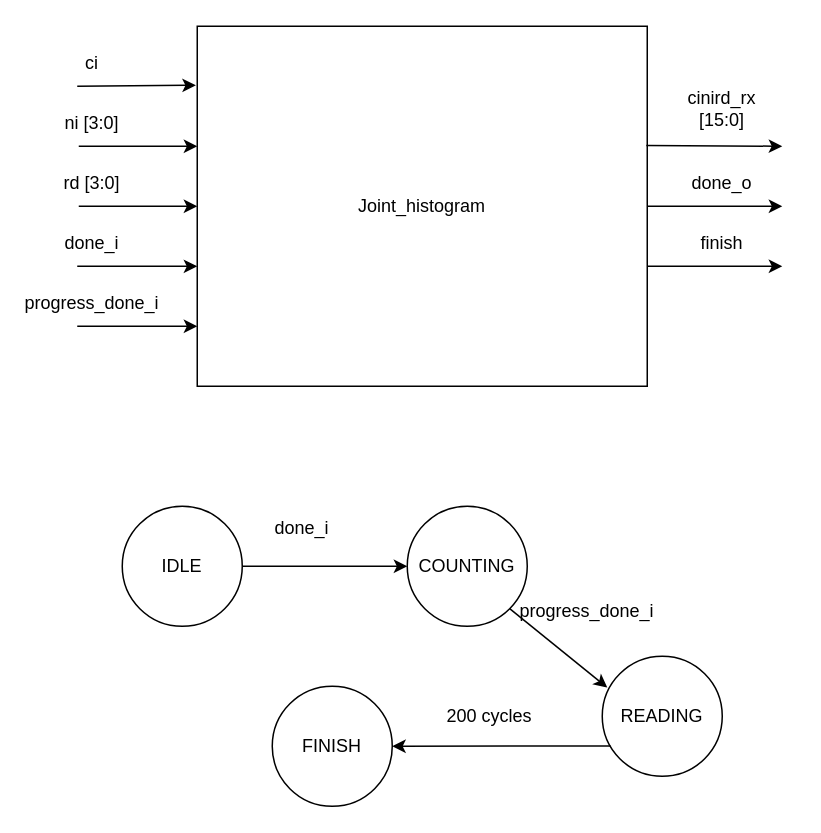
Before: draw/JointHistogram.drawio in Hieuueihm/Thesis, a draw.io diagram. Source tidied: cells renumbered, new cells numbered last; positions are measured from the earlier drawing's top-left corner, leaving out a move shared by most shapes. Both pictures are drawn from the tidied source at 150%, with x=0, y=0 at pixel (46, 26).
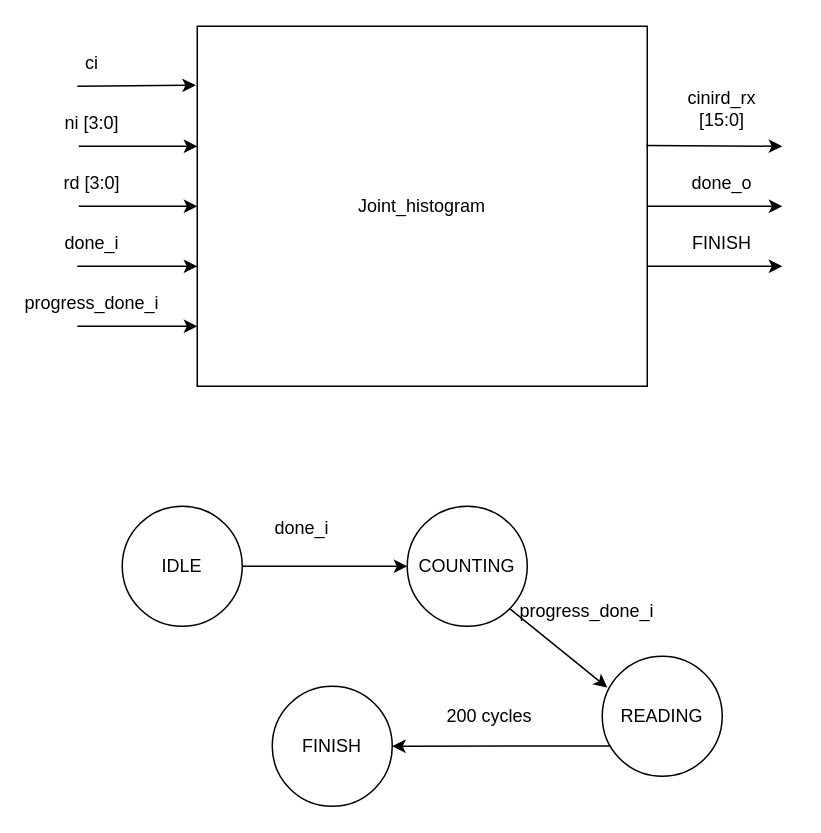
The same diagram, later.

Change to the diagram source:
```diff
@@
-    <mxCell id="18" value="finish" style="text;html=1;align=center;verticalAlign=middle;whiteSpace=wrap;rounded=0;" parent="1" vertex="1">
+    <mxCell id="18" value="FINISH" style="text;html=1;align=center;verticalAlign=middle;whiteSpace=wrap;rounded=0;" parent="1" vertex="1">
       <mxGeometry x="420" y="130" width="60" height="30" as="geometry" />
     </mxCell>
```
